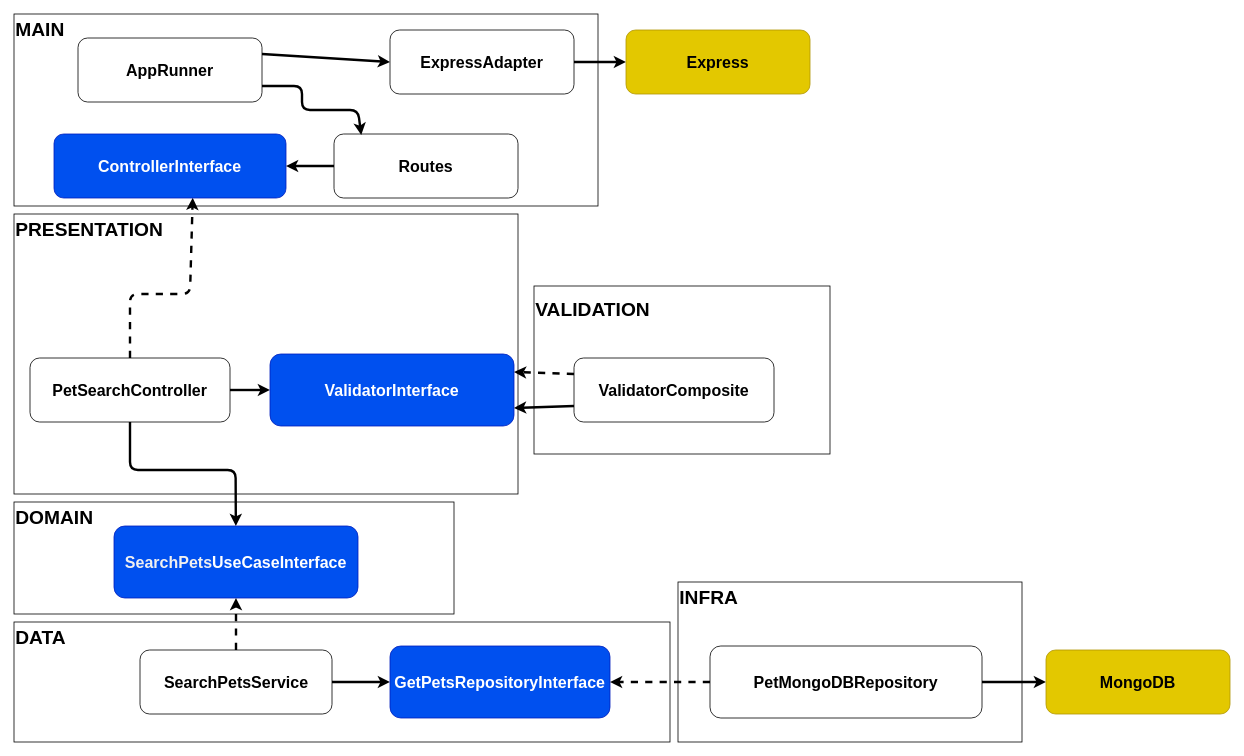
The draw.io diagram diagrams/drawio/search-pets.drawio in DouglasVolcato/pet-adoption-backend, before the edit. Source tidied: cells renumbered, new cells numbered last; positions are measured from the earlier drawing's top-left corner, leaving out a move shared by most shapes. Both pictures are drawn from the tidied source at 80%, with x=0, y=0 at pixel (14, 14).
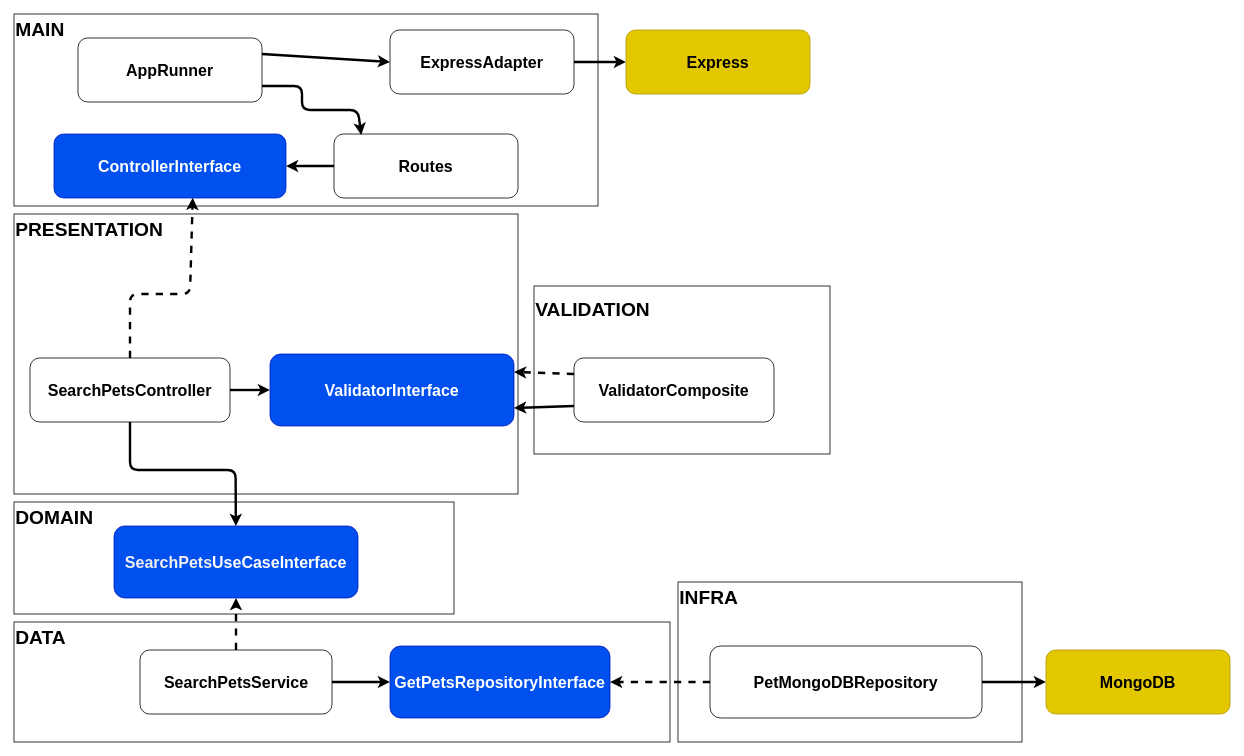
The same diagram, later.

Commit message (it also covers changes not shown here):
chore: implemet diagrams

Diff of the diagram source:
```diff
@@
-    <mxCell id="15" value="PetSearchController" style="rounded=1;whiteSpace=wrap;html=1;fontSize=20;fontStyle=1;" parent="1" vertex="1">
+    <mxCell id="15" value="SearchPetsController" style="rounded=1;whiteSpace=wrap;html=1;fontSize=20;fontStyle=1;" parent="1" vertex="1">
       <mxGeometry x="20" y="430" width="250" height="80" as="geometry" />
     </mxCell>
```
